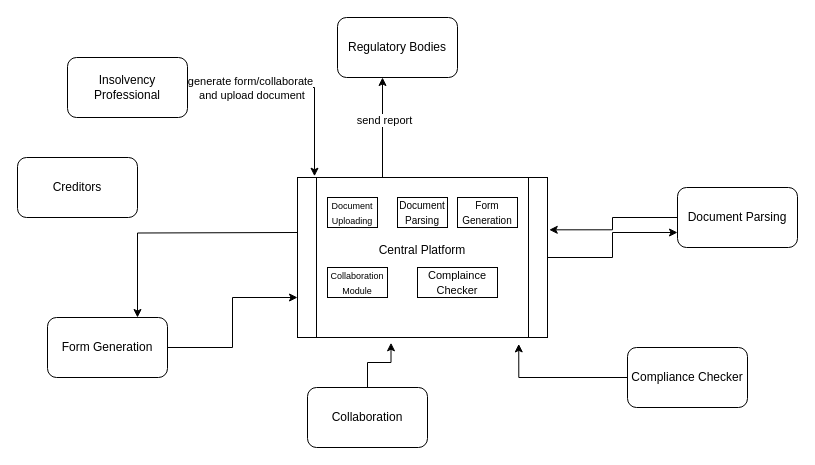
The draw.io diagram page "Page-2" (2 of 2) of architectural design.drawio in techy4shri/In-Solve, before the edit. Source tidied: cells renumbered, new cells numbered last; positions are measured from the earlier drawing's top-left corner, leaving out a move shared by most shapes. Both pictures are drawn from the tidied source at 100%, with x=0, y=0 at pixel (17, 17).
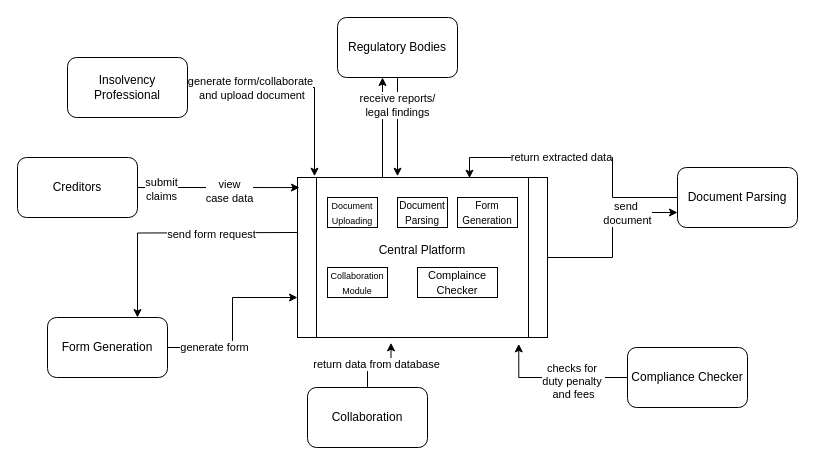
Above is the later version.

The change refers to these unchanged cells:
```xml
<mxCell id="2" style="edgeStyle=orthogonalEdgeStyle;rounded=0;jettySize=auto;html=1;entryX=0.75;entryY=0;entryDx=0;entryDy=0;" parent="1" edge="1" target="8">
  <mxGeometry relative="1" as="geometry">
    <mxPoint x="280" y="215" as="sourcePoint" />
  </mxGeometry>
</mxCell>
<mxCell id="3" style="edgeStyle=orthogonalEdgeStyle;rounded=0;orthogonalLoop=1;jettySize=auto;html=1;" parent="1" edge="1">
  <mxGeometry relative="1" as="geometry">
    <mxPoint x="365" y="160" as="sourcePoint" />
    <mxPoint x="365" y="60" as="targetPoint" />
  </mxGeometry>
</mxCell>
<mxCell id="6" value="Regulatory Bodies" style="rounded=1;whiteSpace=wrap;html=1;" parent="1" vertex="1">
  <mxGeometry x="320" width="120" height="60" as="geometry" />
</mxCell>
<mxCell id="7" style="edgeStyle=orthogonalEdgeStyle;rounded=0;jettySize=auto;html=1;entryX=0;entryY=0.75;entryDx=0;entryDy=0;" parent="1" edge="1" source="8" target="16">
  <mxGeometry relative="1" as="geometry" />
</mxCell>
<mxCell id="14" value="Creditors" style="rounded=1;whiteSpace=wrap;html=1;" parent="1" vertex="1">
  <mxGeometry y="140" width="120" height="60" as="geometry" />
</mxCell>
<mxCell id="15" style="edgeStyle=orthogonalEdgeStyle;rounded=0;jettySize=auto;html=1;entryX=0;entryY=0.75;entryDx=0;entryDy=0;" parent="1" edge="1" source="16" target="13">
  <mxGeometry relative="1" as="geometry" />
</mxCell>
<mxCell id="16" value="Central Platform&lt;div&gt;&lt;br&gt;&lt;/div&gt;" style="shape=process;whiteSpace=wrap;html=1;backgroundOutline=1;size=0.07692307692307693;" parent="1" vertex="1" collapsed="1">
  <mxGeometry x="280" y="160" width="250" height="160" as="geometry" />
</mxCell>
<mxCell id="17" style="edgeStyle=orthogonalEdgeStyle;rounded=0;jettySize=auto;html=1;entryX=0.374;entryY=1.033;entryDx=0;entryDy=0;entryPerimeter=0;" parent="1" edge="1" source="12" target="16">
  <mxGeometry relative="1" as="geometry" />
</mxCell>
<mxCell id="18" style="edgeStyle=orthogonalEdgeStyle;rounded=0;jettySize=auto;html=1;entryX=0.885;entryY=1.04;entryDx=0;entryDy=0;entryPerimeter=0;" parent="1" edge="1" source="9" target="16">
  <mxGeometry relative="1" as="geometry" />
</mxCell>
```

Diff of the diagram source:
```diff
@@
+    <mxCell id="25" value="send form request" style="edgeLabel;html=1;align=center;verticalAlign=middle;" parent="2" vertex="1">
+      <mxGeometry x="-0.29" y="1" relative="1" as="geometry" />
+    </mxCell>
@@
-    <mxCell id="4" value="send report" style="edgeLabel;html=1;align=center;verticalAlign=middle;" parent="3" vertex="1">
-      <mxGeometry x="0.16" y="-1" relative="1" as="geometry" />
-    </mxCell>
@@
+    <mxCell id="26" value="generate form" style="edgeLabel;html=1;align=center;verticalAlign=middle;" parent="7" vertex="1">
+      <mxGeometry x="-0.49" y="1" relative="1" as="geometry" />
+    </mxCell>
@@
     <mxCell id="13" value="Document Parsing" style="rounded=1;whiteSpace=wrap;html=1;" parent="1" vertex="1">
-      <mxGeometry x="660" y="170" width="120" height="60" as="geometry" />
+      <mxGeometry x="660" y="150" width="120" height="60" as="geometry" />
     </mxCell>
@@
+    <mxCell id="27" value="send&amp;nbsp;&lt;div&gt;document&lt;/div&gt;" style="edgeLabel;html=1;align=center;verticalAlign=middle;" parent="15" vertex="1">
+      <mxGeometry x="0.42" relative="1" as="geometry" />
+    </mxCell>
@@
+    <mxCell id="28" value="return data from database" style="edgeLabel;html=1;align=center;verticalAlign=middle;" parent="17" vertex="1">
+      <mxGeometry x="-0.04" y="-1" relative="1" as="geometry" />
+    </mxCell>
@@
-    <mxCell id="19" style="edgeStyle=orthogonalEdgeStyle;rounded=0;jettySize=auto;html=1;entryX=1.007;entryY=0.327;entryDx=0;entryDy=0;entryPerimeter=0;" parent="1" edge="1" source="13" target="16">
-      <mxGeometry relative="1" as="geometry" />
-    </mxCell>
+    <mxCell id="29" value="checks for&amp;nbsp;&lt;div&gt;duty penalty&amp;nbsp;&lt;div&gt;and fees&lt;/div&gt;&lt;/div&gt;" style="edgeLabel;html=1;align=center;verticalAlign=middle;" parent="18" vertex="1">
+      <mxGeometry x="-0.22" y="3" relative="1" as="geometry" />
+    </mxCell>
@@
+    <mxCell id="30" style="edgeStyle=orthogonalEdgeStyle;rounded=0;jettySize=auto;html=1;entryX=0.008;entryY=0.063;entryDx=0;entryDy=0;entryPerimeter=0;" parent="1" edge="1" source="14" target="16">
+      <mxGeometry relative="1" as="geometry" />
+    </mxCell>
+    <mxCell id="31" value="view&lt;div&gt;case data&lt;/div&gt;" style="edgeLabel;html=1;align=center;verticalAlign=middle;" parent="30" vertex="1">
+      <mxGeometry x="0.14" y="-3" relative="1" as="geometry" />
+    </mxCell>
+    <mxCell id="32" value="submit&lt;div&gt;claims&lt;/div&gt;" style="edgeLabel;html=1;align=center;verticalAlign=middle;" parent="30" vertex="1">
+      <mxGeometry x="-0.7" y="-1" relative="1" as="geometry">
+        <mxPoint x="-1" as="offset" />
+      </mxGeometry>
+    </mxCell>
+    <mxCell id="19" style="edgeStyle=orthogonalEdgeStyle;rounded=0;jettySize=auto;html=1;entryX=0.688;entryY=0.004;entryDx=0;entryDy=0;entryPerimeter=0;" parent="1" edge="1" source="13" target="16">
+      <mxGeometry relative="1" as="geometry" />
+    </mxCell>
+    <mxCell id="33" value="return extracted data" style="edgeLabel;html=1;align=center;verticalAlign=middle;" parent="19" vertex="1">
+      <mxGeometry x="0.17" y="-1" relative="1" as="geometry" />
+    </mxCell>
+    <mxCell id="34" style="edgeStyle=orthogonalEdgeStyle;rounded=0;jettySize=auto;html=1;entryX=0.4;entryY=-0.008;entryDx=0;entryDy=0;entryPerimeter=0;" parent="1" edge="1" source="6" target="16">
+      <mxGeometry relative="1" as="geometry" />
+    </mxCell>
+    <mxCell id="35" value="receive reports/&lt;div&gt;legal findings&lt;/div&gt;" style="edgeLabel;html=1;align=center;verticalAlign=middle;" parent="34" vertex="1">
+      <mxGeometry x="-0.45" y="-1" relative="1" as="geometry" />
+    </mxCell>
```
